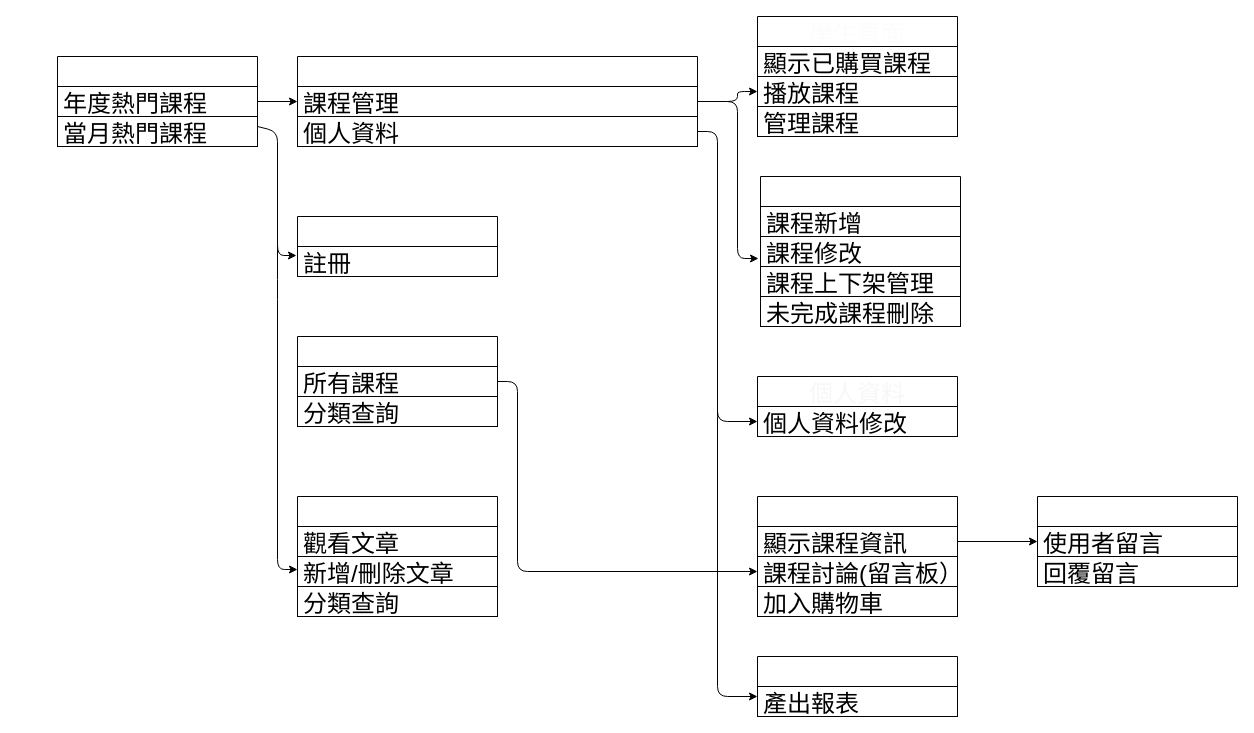
Before: manual/architecture/總架構圖.drawio in IIIEDUG02/SpecialTopic, a draw.io diagram. Source tidied: cells renumbered, new cells numbered last; positions are measured from the earlier drawing's top-left corner, leaving out a move shared by most shapes. Both pictures are drawn from the tidied source at 100%, with x=0, y=0 at pixel (57, 16).
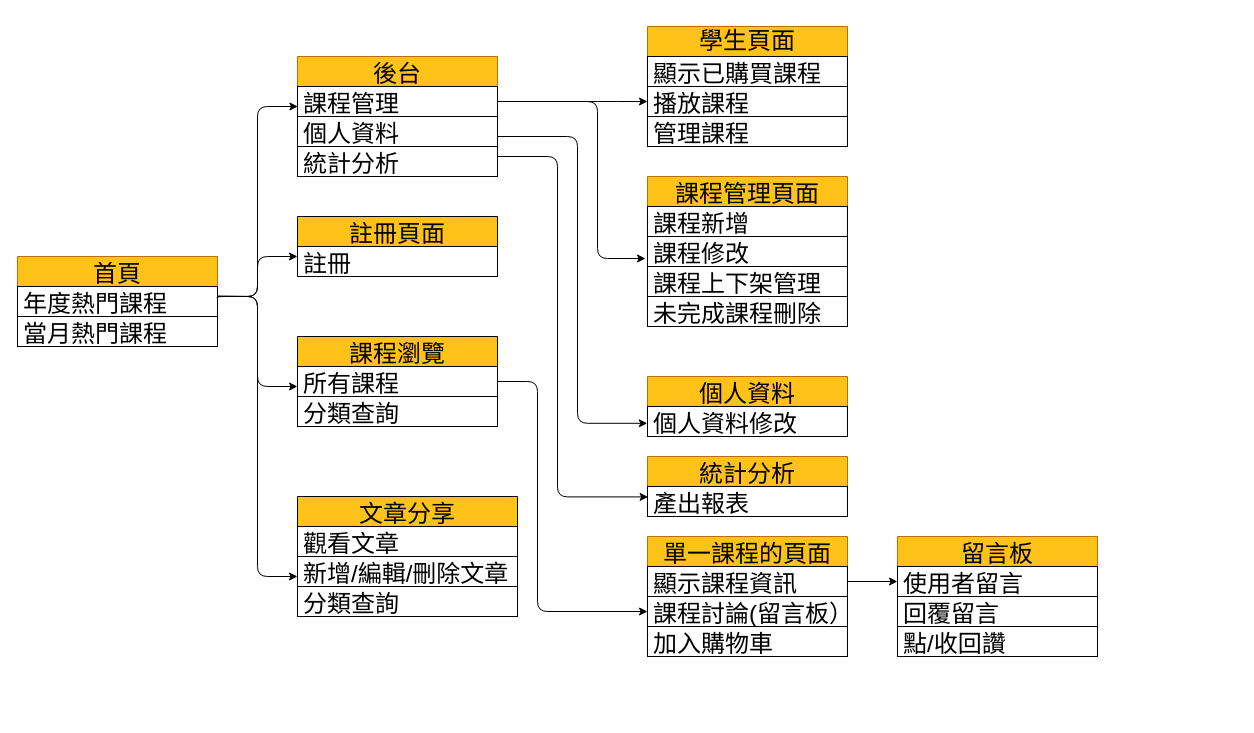
The same diagram, later.

Commit message (it also covers changes not shown here):
跟新文件圖片

Unchanged cells that the change refers to:
```xml
<mxCell id="3" value="年度熱門課程" style="text;align=left;verticalAlign=middle;spacingLeft=4;spacingRight=4;overflow=hidden;points=[[0,0.5],[1,0.5]];portConstraint=eastwest;fontSize=24;strokeColor=#030303;fontColor=#000000;" parent="2" vertex="1">
  <mxGeometry y="30" width="200" height="30" as="geometry" />
</mxCell>
<mxCell id="7" value="課程修改" style="text;align=left;verticalAlign=middle;spacingLeft=4;spacingRight=4;overflow=hidden;points=[[0,0.5],[1,0.5]];portConstraint=eastwest;fontSize=24;strokeColor=#030303;fontColor=#000000;" parent="5" vertex="1">
  <mxGeometry y="60" width="200" height="30" as="geometry" />
</mxCell>
<mxCell id="12" value="播放課程" style="text;align=left;verticalAlign=middle;spacingLeft=4;spacingRight=4;overflow=hidden;points=[[0,0.5],[1,0.5]];portConstraint=eastwest;fontSize=24;strokeColor=#030303;fontColor=#000000;" parent="10" vertex="1">
  <mxGeometry y="60" width="200" height="30" as="geometry" />
</mxCell>
<mxCell id="15" value="所有課程" style="text;align=left;verticalAlign=middle;spacingLeft=4;spacingRight=4;overflow=hidden;points=[[0,0.5],[1,0.5]];portConstraint=eastwest;fontSize=24;strokeColor=#030303;fontColor=#000000;" parent="14" vertex="1">
  <mxGeometry y="30" width="200" height="30" as="geometry" />
</mxCell>
<mxCell id="18" value="註冊" style="text;align=left;verticalAlign=middle;spacingLeft=4;spacingRight=4;overflow=hidden;points=[[0,0.5],[1,0.5]];portConstraint=eastwest;fontSize=24;strokeColor=#030303;fontColor=#000000;" parent="17" vertex="1">
  <mxGeometry y="30" width="200" height="30" as="geometry" />
</mxCell>
<mxCell id="20" value="個人資料修改" style="text;align=left;verticalAlign=middle;spacingLeft=4;spacingRight=4;overflow=hidden;points=[[0,0.5],[1,0.5]];portConstraint=eastwest;fontSize=24;strokeColor=#030303;fontColor=#000000;" parent="19" vertex="1">
  <mxGeometry y="30" width="200" height="30" as="geometry" />
</mxCell>
<mxCell id="29" value="課程討論(留言板）" style="text;align=left;verticalAlign=middle;spacingLeft=4;spacingRight=4;overflow=hidden;points=[[0,0.5],[1,0.5]];portConstraint=eastwest;fontSize=24;strokeColor=#030303;fontColor=#000000;" parent="27" vertex="1">
  <mxGeometry y="60" width="200" height="30" as="geometry" />
</mxCell>
<mxCell id="44" value="產出報表" style="text;align=left;verticalAlign=middle;spacingLeft=4;spacingRight=4;overflow=hidden;points=[[0,0.5],[1,0.5]];portConstraint=eastwest;fontSize=24;strokeColor=#030303;fontColor=#000000;" parent="43" vertex="1">
  <mxGeometry y="30" width="200" height="30" as="geometry" />
</mxCell>
```

Diff of the diagram source:
```diff
@@
-    <mxCell id="2" value="首頁" style="swimlane;fontStyle=0;horizontal=1;startSize=30;fontSize=24;strokeColor=#030303;fontColor=#FFFFFF;" parent="1" vertex="1">
-      <mxGeometry y="40" width="200" height="90" as="geometry" />
+    <mxCell id="2" value="首頁" style="swimlane;fontStyle=0;horizontal=1;startSize=30;fontSize=24;strokeColor=#BD7000;fillColor=#FFC219;fontColor=#000000;" parent="1" vertex="1">
+      <mxGeometry x="-40" y="240" width="200" height="90" as="geometry" />
     </mxCell>
@@
-    <mxCell id="5" value="課程管理頁面" style="swimlane;fontStyle=0;horizontal=1;startSize=30;fontSize=24;strokeColor=#030303;fontColor=#FFFFFF;" parent="1" vertex="1">
-      <mxGeometry x="703" y="160" width="200" height="150" as="geometry" />
+    <mxCell id="5" value="課程管理頁面" style="swimlane;fontStyle=0;horizontal=1;startSize=30;fontSize=24;strokeColor=#BD7000;fontColor=#000000;fillColor=#FFC219;" parent="1" vertex="1">
+      <mxGeometry x="590" y="160" width="200" height="150" as="geometry" />
     </mxCell>
@@
-    <mxCell id="10" value="學生頁面" style="swimlane;fontStyle=0;horizontal=1;startSize=30;fontSize=24;strokeColor=#030303;fontColor=#FCFCFC;" parent="1" vertex="1">
-      <mxGeometry x="700" width="200" height="120" as="geometry" />
+    <mxCell id="10" value="學生頁面" style="swimlane;fontStyle=0;horizontal=1;startSize=30;fontSize=24;strokeColor=#BD7000;fontColor=#000000;whiteSpace=wrap;fillColor=#FFC219;" parent="1" vertex="1">
+      <mxGeometry x="590" y="10" width="200" height="120" as="geometry" />
     </mxCell>
@@
-    <mxCell id="14" value="課程瀏覽" style="swimlane;fontStyle=0;horizontal=1;startSize=30;fontSize=24;strokeColor=#030303;fontColor=#FFFFFF;" parent="1" vertex="1">
+    <mxCell id="14" value="課程瀏覽" style="swimlane;fontStyle=0;horizontal=1;startSize=30;fontSize=24;strokeColor=#030303;fontColor=#000000;fillColor=#FFC219;labelBorderColor=none;" parent="1" vertex="1">
       <mxGeometry x="240" y="320" width="200" height="90" as="geometry" />
     </mxCell>
@@
-    <mxCell id="17" value="註冊頁面" style="swimlane;fontStyle=0;horizontal=1;startSize=30;fontSize=24;strokeColor=#030303;fontColor=#FFFFFF;" parent="1" vertex="1">
+    <mxCell id="17" value="註冊頁面" style="swimlane;fontStyle=0;horizontal=1;startSize=30;fontSize=24;strokeColor=#030303;fontColor=#000000;gradientColor=none;fillColor=#FFC219;" parent="1" vertex="1">
       <mxGeometry x="240" y="200" width="200" height="60" as="geometry" />
     </mxCell>
@@
-    <mxCell id="19" value="個人資料" style="swimlane;fontStyle=0;horizontal=1;startSize=30;fontSize=24;strokeColor=#030303;fontColor=#F7F7F7;labelBackgroundColor=none;labelBorderColor=none;" parent="1" vertex="1">
-      <mxGeometry x="700" y="360" width="200" height="60" as="geometry" />
+    <mxCell id="19" value="個人資料" style="swimlane;fontStyle=0;horizontal=1;startSize=30;fontSize=24;strokeColor=#BD7000;fontColor=#000000;labelBackgroundColor=none;labelBorderColor=none;fillColor=#FFC219;" parent="1" vertex="1">
+      <mxGeometry x="590" y="360" width="200" height="60" as="geometry" />
     </mxCell>
@@
-    <mxCell id="21" value="後台" style="swimlane;fontStyle=0;horizontal=1;startSize=30;fontSize=24;strokeColor=#030303;fontColor=#FFFFFF;" parent="1" vertex="1">
-      <mxGeometry x="240" y="40" width="400" height="90" as="geometry" />
+    <mxCell id="21" value="後台" style="swimlane;fontStyle=0;horizontal=1;startSize=30;fontSize=24;strokeColor=#BD7000;fontColor=#000000;fillColor=#FFC219;" parent="1" vertex="1">
+      <mxGeometry x="240" y="40" width="200" height="120" as="geometry" />
     </mxCell>
     <mxCell id="22" value="課程管理" style="text;align=left;verticalAlign=middle;spacingLeft=4;spacingRight=4;overflow=hidden;points=[[0,0.5],[1,0.5]];portConstraint=eastwest;fontSize=24;strokeColor=#030303;fontColor=#000000;" parent="21" vertex="1">
-      <mxGeometry y="30" width="400" height="30" as="geometry" />
+      <mxGeometry y="30" width="200" height="30" as="geometry" />
     </mxCell>
+    <mxCell id="46" value="個人資料" style="text;align=left;verticalAlign=middle;spacingLeft=4;spacingRight=4;overflow=hidden;fontSize=24;strokeColor=#030303;fontColor=#000000;" parent="21" vertex="1">
+      <mxGeometry y="60" width="200" height="30" as="geometry" />
+    </mxCell>
-    <mxCell id="23" value="個人資料" style="text;align=left;verticalAlign=middle;spacingLeft=4;spacingRight=4;overflow=hidden;points=[[0,0.5],[1,0.5]];portConstraint=eastwest;fontSize=24;strokeColor=#030303;fontColor=#000000;" parent="21" vertex="1">
-      <mxGeometry y="60" width="400" height="30" as="geometry" />
+    <mxCell id="23" value="統計分析" style="text;align=left;verticalAlign=middle;spacingLeft=4;spacingRight=4;overflow=hidden;points=[[0,0.5],[1,0.5]];portConstraint=eastwest;fontSize=24;strokeColor=#030303;fontColor=#000000;" parent="21" vertex="1">
+      <mxGeometry y="90" width="200" height="30" as="geometry" />
     </mxCell>
-    <mxCell id="24" style="edgeStyle=orthogonalEdgeStyle;jettySize=auto;html=1;entryX=0;entryY=0.5;entryDx=0;entryDy=0;fontSize=24;labelBackgroundColor=#EEEEEE;fontColor=#000000;strokeColor=#030303;" parent="1" edge="1" source="23" target="20">
-      <mxGeometry relative="1" as="geometry">
-        <Array as="points">
-          <mxPoint x="660" y="115" />
-          <mxPoint x="660" y="405" />
-        </Array>
-      </mxGeometry>
-    </mxCell>
     <mxCell id="25" style="edgeStyle=orthogonalEdgeStyle;jettySize=auto;html=1;entryX=0;entryY=0.5;entryDx=0;entryDy=0;fontSize=24;labelBackgroundColor=#EEEEEE;fontColor=#000000;strokeColor=#030303;" parent="1" edge="1" source="22" target="12">
       <mxGeometry relative="1" as="geometry">
         <Array as="points">
-          <mxPoint x="680" y="85" />
-          <mxPoint x="680" y="75" />
+          <mxPoint x="550" y="85" />
+          <mxPoint x="550" y="85" />
         </Array>
       </mxGeometry>
     </mxCell>
     <mxCell id="26" style="edgeStyle=orthogonalEdgeStyle;jettySize=auto;html=1;entryX=-0.01;entryY=0.733;entryDx=0;entryDy=0;entryPerimeter=0;fontSize=24;labelBackgroundColor=#EEEEEE;fontColor=#000000;strokeColor=#030303;" parent="1" edge="1" source="22" target="7">
       <mxGeometry relative="1" as="geometry">
         <Array as="points">
-          <mxPoint x="680" y="85" />
-          <mxPoint x="680" y="242" />
+          <mxPoint x="540" y="85" />
+          <mxPoint x="540" y="242" />
         </Array>
       </mxGeometry>
     </mxCell>
-    <mxCell id="27" value="單一課程的頁面" style="swimlane;fontStyle=0;horizontal=1;startSize=30;fontSize=24;strokeColor=#030303;fontColor=#FFFFFF;" parent="1" vertex="1">
-      <mxGeometry x="700" y="480" width="200" height="120" as="geometry" />
+    <mxCell id="27" value="單一課程的頁面" style="swimlane;fontStyle=0;horizontal=1;startSize=30;fontSize=24;strokeColor=#BD7000;fontColor=#000000;fillColor=#FFC219;" parent="1" vertex="1">
+      <mxGeometry x="590" y="520" width="200" height="120" as="geometry" />
     </mxCell>
@@
     <mxCell id="31" style="edgeStyle=orthogonalEdgeStyle;jettySize=auto;html=1;entryX=0;entryY=0.5;entryDx=0;entryDy=0;fontSize=24;labelBackgroundColor=#EEEEEE;fontColor=#000000;strokeColor=#030303;" parent="1" edge="1" source="15" target="29">
       <mxGeometry relative="1" as="geometry">
         <Array as="points">
-          <mxPoint x="460" y="365" />
-          <mxPoint x="460" y="555" />
+          <mxPoint x="480" y="365" />
+          <mxPoint x="480" y="595" />
         </Array>
       </mxGeometry>
     </mxCell>
-    <mxCell id="32" value="留言板" style="swimlane;fontStyle=0;horizontal=1;startSize=30;fontSize=24;strokeColor=#030303;fontColor=#FFFFFF;" parent="1" vertex="1">
-      <mxGeometry x="980" y="480" width="200" height="90" as="geometry" />
+    <mxCell id="32" value="留言板" style="swimlane;fontStyle=0;horizontal=1;startSize=30;fontSize=24;strokeColor=#BD7000;fontColor=#000000;fillColor=#FFC219;" parent="1" vertex="1">
+      <mxGeometry x="840" y="520" width="200" height="120" as="geometry" />
     </mxCell>
@@
+    <mxCell id="47" value="點/收回讚" style="text;align=left;verticalAlign=middle;spacingLeft=4;spacingRight=4;overflow=hidden;fontSize=24;strokeColor=#030303;fontColor=#000000;" parent="32" vertex="1">
+      <mxGeometry y="90" width="200" height="30" as="geometry" />
+    </mxCell>
@@
-    <mxCell id="36" style="edgeStyle=none;html=1;exitX=1;exitY=0.5;exitDx=0;exitDy=0;entryX=0;entryY=0.5;entryDx=0;entryDy=0;fontSize=24;labelBackgroundColor=#EEEEEE;fontColor=#000000;strokeColor=#030303;entryPerimeter=0;" parent="1" edge="1" source="3" target="22">
-      <mxGeometry relative="1" as="geometry" />
-    </mxCell>
-    <mxCell id="37" style="edgeStyle=none;html=1;entryX=-0.005;entryY=0.3;entryDx=0;entryDy=0;entryPerimeter=0;fontSize=24;labelBackgroundColor=#EEEEEE;fontColor=#000000;strokeColor=#030303;" parent="1" edge="1" target="18">
-      <mxGeometry relative="1" as="geometry">
-        <mxPoint x="200" y="110" as="sourcePoint" />
-        <Array as="points">
-          <mxPoint x="220" y="115" />
-          <mxPoint x="220" y="239" />
-        </Array>
-      </mxGeometry>
-    </mxCell>
-    <mxCell id="38" value="文章分享" style="swimlane;fontStyle=0;horizontal=1;startSize=30;fontSize=24;strokeColor=#030303;fontColor=#FFFFFF;" parent="1" vertex="1">
-      <mxGeometry x="240" y="480" width="200" height="120" as="geometry" />
+    <mxCell id="38" value="文章分享" style="swimlane;fontStyle=0;horizontal=1;startSize=30;fontSize=24;strokeColor=#030303;fontColor=#000000;fillColor=#FFC219;" parent="1" vertex="1">
+      <mxGeometry x="240" y="480" width="220" height="120" as="geometry" />
     </mxCell>
     <mxCell id="39" value="觀看文章" style="text;align=left;verticalAlign=middle;spacingLeft=4;spacingRight=4;overflow=hidden;fontSize=24;strokeColor=#030303;fontColor=#000000;" parent="38" vertex="1">
-      <mxGeometry y="30" width="200" height="30" as="geometry" />
+      <mxGeometry y="30" width="220" height="30" as="geometry" />
     </mxCell>
-    <mxCell id="40" value="新增/刪除文章" style="text;align=left;verticalAlign=middle;spacingLeft=4;spacingRight=4;overflow=hidden;fontSize=24;strokeColor=#030303;fontColor=#000000;" parent="38" vertex="1">
-      <mxGeometry y="60" width="200" height="30" as="geometry" />
+    <mxCell id="40" value="新增/編輯/刪除文章" style="text;align=left;verticalAlign=middle;spacingLeft=4;spacingRight=4;overflow=hidden;fontSize=24;strokeColor=#030303;fontColor=#000000;" parent="38" vertex="1">
+      <mxGeometry y="60" width="220" height="30" as="geometry" />
     </mxCell>
     <mxCell id="41" value="分類查詢" style="text;align=left;verticalAlign=middle;spacingLeft=4;spacingRight=4;overflow=hidden;fontSize=24;strokeColor=#030303;fontColor=#000000;" parent="38" vertex="1">
-      <mxGeometry y="90" width="200" height="30" as="geometry" />
+      <mxGeometry y="90" width="220" height="30" as="geometry" />
     </mxCell>
-    <mxCell id="42" style="edgeStyle=none;html=1;entryX=0;entryY=0.5;entryDx=0;entryDy=0;fontSize=24;labelBackgroundColor=#EEEEEE;fontColor=#000000;strokeColor=#030303;" parent="1" edge="1">
-      <mxGeometry relative="1" as="geometry">
-        <mxPoint x="220" y="220" as="sourcePoint" />
-        <mxPoint x="240" y="553" as="targetPoint" />
-        <Array as="points">
-          <mxPoint x="220" y="273" />
-          <mxPoint x="220" y="553" />
-        </Array>
-      </mxGeometry>
-    </mxCell>
-    <mxCell id="43" value="統計分析" style="swimlane;fontStyle=0;horizontal=1;startSize=30;fontSize=24;strokeColor=#030303;fontColor=#FFFFFF;" parent="1" vertex="1">
-      <mxGeometry x="700" y="640" width="200" height="60" as="geometry" />
+    <mxCell id="43" value="統計分析" style="swimlane;fontStyle=0;horizontal=1;startSize=30;fontSize=24;strokeColor=#BD7000;fontColor=#000000;fillColor=#FFC219;" parent="1" vertex="1">
+      <mxGeometry x="590" y="440" width="200" height="60" as="geometry" />
     </mxCell>
@@
-    <mxCell id="45" style="edgeStyle=orthogonalEdgeStyle;orthogonalLoop=1;jettySize=auto;html=1;entryX=0;entryY=0.5;entryDx=0;entryDy=0;fontSize=24;labelBackgroundColor=#EEEEEE;fontColor=#000000;strokeColor=#030303;" parent="1" edge="1">
+    <mxCell id="45" style="edgeStyle=orthogonalEdgeStyle;jettySize=auto;html=1;fontSize=24;labelBackgroundColor=#EEEEEE;fontColor=#000000;strokeColor=#030303;entryX=0.003;entryY=0.347;entryDx=0;entryDy=0;entryPerimeter=0;" parent="1" edge="1" target="44">
       <mxGeometry relative="1" as="geometry">
-        <mxPoint x="660" y="380" as="sourcePoint" />
-        <mxPoint x="700" y="680" as="targetPoint" />
+        <mxPoint x="440" y="140" as="sourcePoint" />
         <Array as="points">
-          <mxPoint x="660" y="390" />
-          <mxPoint x="660" y="680" />
+          <mxPoint x="440" y="140" />
+          <mxPoint x="500" y="140" />
+          <mxPoint x="500" y="480" />
         </Array>
       </mxGeometry>
     </mxCell>
+    <mxCell id="48" style="edgeStyle=orthogonalEdgeStyle;jettySize=auto;html=1;entryX=0;entryY=0.667;entryDx=0;entryDy=0;entryPerimeter=0;fontSize=24;labelBackgroundColor=#EEEEEE;fontColor=#000000;strokeColor=#030303;" parent="1" edge="1" target="15">
+      <mxGeometry relative="1" as="geometry">
+        <mxPoint x="160" y="280" as="sourcePoint" />
+        <Array as="points">
+          <mxPoint x="200" y="280" />
+          <mxPoint x="200" y="370" />
+        </Array>
+      </mxGeometry>
+    </mxCell>
+    <mxCell id="49" style="edgeStyle=orthogonalEdgeStyle;jettySize=auto;html=1;entryX=0;entryY=0.667;entryDx=0;entryDy=0;entryPerimeter=0;fontSize=24;labelBackgroundColor=#EEEEEE;fontColor=#000000;strokeColor=#030303;exitX=1.01;exitY=0.317;exitDx=0;exitDy=0;exitPerimeter=0;" parent="1" edge="1" source="3">
+      <mxGeometry relative="1" as="geometry">
+        <mxPoint x="240" y="560" as="targetPoint" />
+        <Array as="points">
+          <mxPoint x="160" y="280" />
+          <mxPoint x="200" y="280" />
+          <mxPoint x="200" y="560" />
+        </Array>
+      </mxGeometry>
+    </mxCell>
+    <mxCell id="50" style="edgeStyle=orthogonalEdgeStyle;jettySize=auto;html=1;entryX=0;entryY=0.667;entryDx=0;entryDy=0;entryPerimeter=0;fontSize=24;labelBackgroundColor=#EEEEEE;fontColor=#000000;strokeColor=#030303;exitX=0.998;exitY=0.383;exitDx=0;exitDy=0;exitPerimeter=0;" parent="1" edge="1" source="3">
+      <mxGeometry relative="1" as="geometry">
+        <mxPoint x="240" y="240" as="targetPoint" />
+        <Array as="points">
+          <mxPoint x="160" y="280" />
+          <mxPoint x="200" y="280" />
+          <mxPoint x="200" y="240" />
+        </Array>
+      </mxGeometry>
+    </mxCell>
+    <mxCell id="51" style="edgeStyle=orthogonalEdgeStyle;orthogonalLoop=1;jettySize=auto;html=1;entryX=0;entryY=0.667;entryDx=0;entryDy=0;entryPerimeter=0;fontSize=24;labelBackgroundColor=#EEEEEE;fontColor=#000000;strokeColor=#030303;" parent="1" edge="1">
+      <mxGeometry relative="1" as="geometry">
+        <mxPoint x="160" y="280" as="sourcePoint" />
+        <mxPoint x="240.4" y="90" as="targetPoint" />
+        <Array as="points">
+          <mxPoint x="160" y="280" />
+          <mxPoint x="200" y="280" />
+          <mxPoint x="200" y="90" />
+        </Array>
+      </mxGeometry>
+    </mxCell>
+    <mxCell id="52" style="edgeStyle=orthogonalEdgeStyle;jettySize=auto;html=1;fontSize=24;labelBackgroundColor=#EEEEEE;fontColor=#000000;strokeColor=#030303;entryX=-0.001;entryY=0.56;entryDx=0;entryDy=0;entryPerimeter=0;" parent="1" edge="1" target="20">
+      <mxGeometry relative="1" as="geometry">
+        <mxPoint x="440" y="120" as="sourcePoint" />
+        <Array as="points">
+          <mxPoint x="520" y="120" />
+          <mxPoint x="520" y="407" />
+        </Array>
+      </mxGeometry>
+    </mxCell>
```
